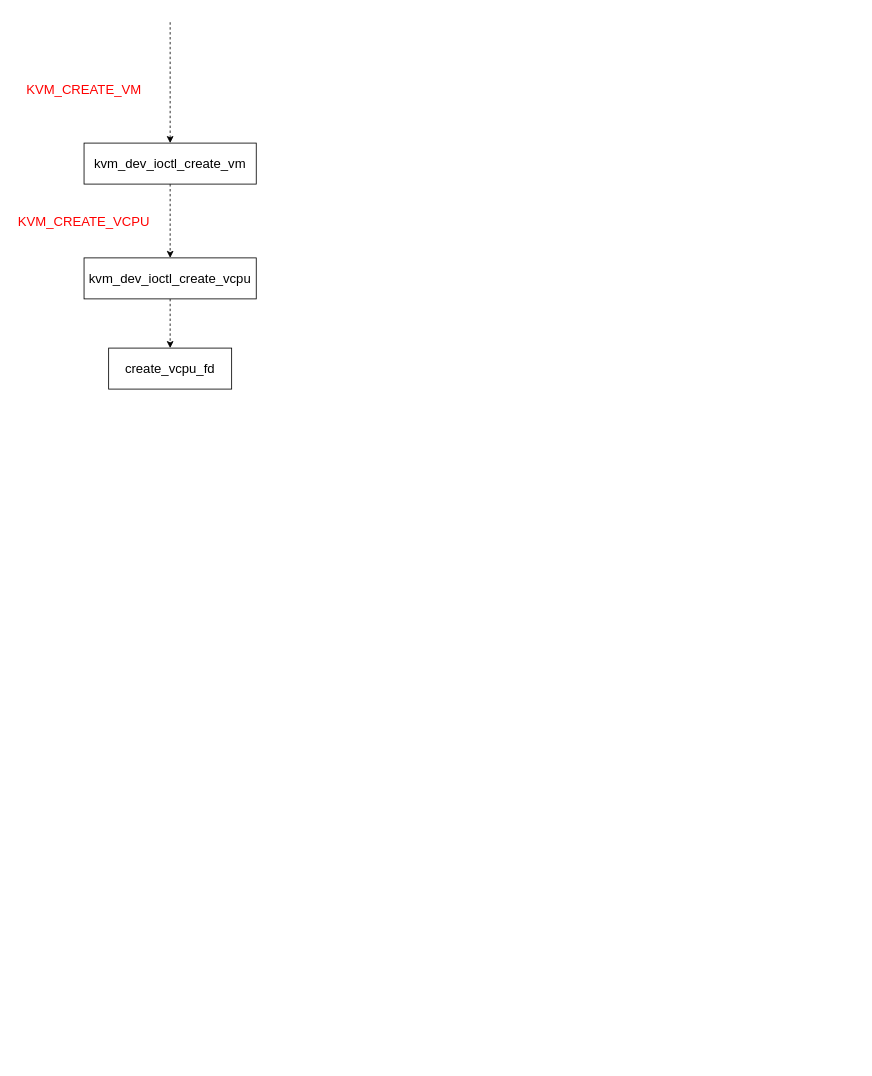
The draw.io diagram cca-workflow/vcpu.drawio in EdisonE3/draw-pictures, before the edit. Source tidied: cells renumbered, new cells numbered last; positions are measured from the earlier drawing's top-left corner, leaving out a move shared by most shapes. Both pictures are drawn from the tidied source at 82%, with x=0, y=0 at pixel (14, 20).
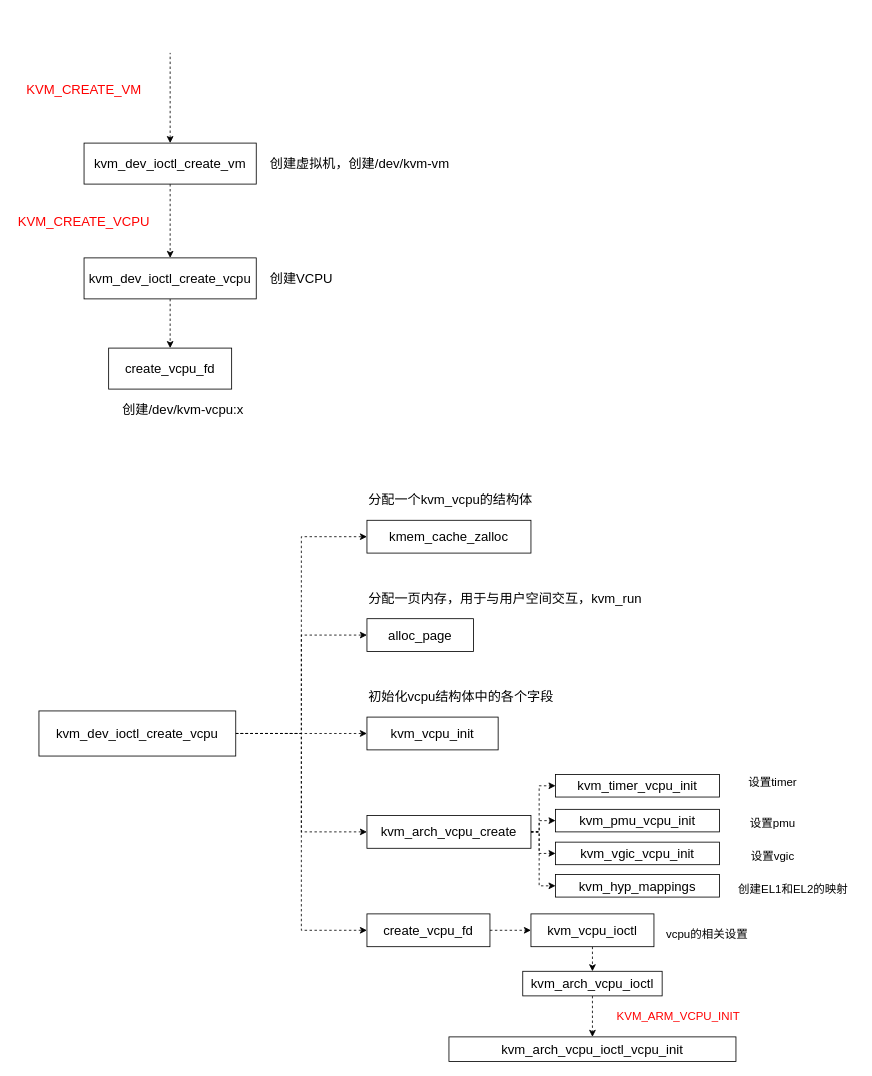
Above is the later version.

The change refers to these unchanged cells:
```xml
<mxCell id="4" value="kvm_dev_ioctl_create_vm" style="rounded=0;whiteSpace=wrap;html=1;fontSize=16;" parent="1" vertex="1">
  <mxGeometry x="85" y="150" width="210" height="50" as="geometry" />
</mxCell>
```

The edit, as a diff of the source:
```diff
@@
     <mxCell id="3" style="edgeStyle=orthogonalEdgeStyle;rounded=0;jettySize=auto;html=1;exitX=0.5;exitY=0;exitDx=0;exitDy=0;dashed=1;fontSize=16;fontColor=#FF0000;startArrow=classic;startFill=1;endArrow=none;endFill=0;" parent="1" edge="1" source="4">
       <mxGeometry relative="1" as="geometry">
-        <mxPoint x="190" as="targetPoint" />
+        <mxPoint x="190" y="40" as="targetPoint" />
       </mxGeometry>
     </mxCell>
@@
+    <mxCell id="10" value="创建虚拟机，创建/dev/kvm-vm" style="text;html=1;strokeColor=none;fillColor=none;align=left;verticalAlign=middle;whiteSpace=wrap;rounded=0;fontSize=16;fontColor=#000000;" parent="1" vertex="1">
+      <mxGeometry x="310" y="160" width="280" height="30" as="geometry" />
+    </mxCell>
+    <mxCell id="11" value="创建VCPU" style="text;html=1;strokeColor=none;fillColor=none;align=left;verticalAlign=middle;whiteSpace=wrap;rounded=0;fontSize=16;fontColor=#000000;" parent="1" vertex="1">
+      <mxGeometry x="310" y="300" width="120" height="30" as="geometry" />
+    </mxCell>
+    <mxCell id="12" value="创建/dev/kvm-vcpu:x" style="text;html=1;strokeColor=none;fillColor=none;align=left;verticalAlign=middle;whiteSpace=wrap;rounded=0;fontSize=16;fontColor=#000000;" parent="1" vertex="1">
+      <mxGeometry x="130" y="460" width="160" height="30" as="geometry" />
+    </mxCell>
+    <mxCell id="13" style="edgeStyle=orthogonalEdgeStyle;rounded=0;jettySize=auto;html=1;exitX=1;exitY=0.5;exitDx=0;exitDy=0;entryX=0;entryY=0.5;entryDx=0;entryDy=0;dashed=1;fontSize=16;fontColor=#000000;startArrow=none;startFill=0;endArrow=classic;endFill=1;" parent="1" edge="1" source="18" target="19">
+      <mxGeometry relative="1" as="geometry">
+        <Array as="points">
+          <mxPoint x="350" y="870" />
+          <mxPoint x="350" y="630" />
+        </Array>
+      </mxGeometry>
+    </mxCell>
+    <mxCell id="14" style="edgeStyle=orthogonalEdgeStyle;rounded=0;jettySize=auto;html=1;exitX=1;exitY=0.5;exitDx=0;exitDy=0;entryX=0;entryY=0.5;entryDx=0;entryDy=0;dashed=1;fontSize=16;fontColor=#000000;startArrow=none;startFill=0;endArrow=classic;endFill=1;" parent="1" edge="1" source="18" target="20">
+      <mxGeometry relative="1" as="geometry">
+        <Array as="points">
+          <mxPoint x="350" y="870" />
+          <mxPoint x="350" y="750" />
+        </Array>
+      </mxGeometry>
+    </mxCell>
+    <mxCell id="15" style="edgeStyle=orthogonalEdgeStyle;rounded=0;jettySize=auto;html=1;exitX=1;exitY=0.5;exitDx=0;exitDy=0;entryX=0;entryY=0.5;entryDx=0;entryDy=0;dashed=1;fontSize=16;fontColor=#000000;startArrow=none;startFill=0;endArrow=classic;endFill=1;" parent="1" edge="1" source="18" target="21">
+      <mxGeometry relative="1" as="geometry" />
+    </mxCell>
+    <mxCell id="16" style="edgeStyle=orthogonalEdgeStyle;rounded=0;jettySize=auto;html=1;exitX=1;exitY=0.5;exitDx=0;exitDy=0;entryX=0;entryY=0.5;entryDx=0;entryDy=0;dashed=1;fontSize=16;fontColor=#000000;startArrow=none;startFill=0;endArrow=classic;endFill=1;" parent="1" edge="1" source="18" target="26">
+      <mxGeometry relative="1" as="geometry">
+        <Array as="points">
+          <mxPoint x="350" y="870" />
+          <mxPoint x="350" y="990" />
+        </Array>
+      </mxGeometry>
+    </mxCell>
+    <mxCell id="17" style="edgeStyle=orthogonalEdgeStyle;rounded=0;jettySize=auto;html=1;exitX=1;exitY=0.5;exitDx=0;exitDy=0;entryX=0;entryY=0.5;entryDx=0;entryDy=0;dashed=1;fontSize=16;fontColor=#000000;startArrow=none;startFill=0;endArrow=classic;endFill=1;" parent="1" edge="1" source="18" target="28">
+      <mxGeometry relative="1" as="geometry">
+        <Array as="points">
+          <mxPoint x="350" y="870" />
+          <mxPoint x="350" y="1110" />
+        </Array>
+      </mxGeometry>
+    </mxCell>
+    <mxCell id="18" value="kvm_dev_ioctl_create_vcpu" style="rounded=0;whiteSpace=wrap;html=1;fontSize=16;" parent="1" vertex="1">
+      <mxGeometry x="30" y="842.5" width="240" height="55" as="geometry" />
+    </mxCell>
+    <mxCell id="19" value="kmem_cache_zalloc" style="rounded=0;whiteSpace=wrap;html=1;fontSize=16;fontColor=#000000;" parent="1" vertex="1">
+      <mxGeometry x="430" y="610" width="200" height="40" as="geometry" />
+    </mxCell>
+    <mxCell id="20" value="alloc_page" style="rounded=0;whiteSpace=wrap;html=1;fontSize=16;fontColor=#000000;" parent="1" vertex="1">
+      <mxGeometry x="430" y="730" width="130" height="40" as="geometry" />
+    </mxCell>
+    <mxCell id="21" value="kvm_vcpu_init" style="rounded=0;whiteSpace=wrap;html=1;fontSize=16;fontColor=#000000;" parent="1" vertex="1">
+      <mxGeometry x="430" y="850" width="160" height="40" as="geometry" />
+    </mxCell>
+    <mxCell id="22" style="edgeStyle=orthogonalEdgeStyle;rounded=0;jettySize=auto;html=1;exitX=1;exitY=0.5;exitDx=0;exitDy=0;entryX=0;entryY=0.5;entryDx=0;entryDy=0;dashed=1;fontSize=16;fontColor=#000000;startArrow=none;startFill=0;endArrow=classic;endFill=1;" parent="1" edge="1" source="26" target="33">
+      <mxGeometry relative="1" as="geometry">
+        <Array as="points">
+          <mxPoint x="640" y="990" />
+          <mxPoint x="640" y="934" />
+        </Array>
+      </mxGeometry>
+    </mxCell>
+    <mxCell id="23" style="edgeStyle=orthogonalEdgeStyle;rounded=0;jettySize=auto;html=1;exitX=1;exitY=0.5;exitDx=0;exitDy=0;entryX=0;entryY=0.5;entryDx=0;entryDy=0;dashed=1;fontSize=16;fontColor=#000000;startArrow=none;startFill=0;endArrow=classic;endFill=1;" parent="1" edge="1" source="26" target="34">
+      <mxGeometry relative="1" as="geometry">
+        <Array as="points">
+          <mxPoint x="640" y="990" />
+          <mxPoint x="640" y="976" />
+        </Array>
+      </mxGeometry>
+    </mxCell>
+    <mxCell id="24" style="edgeStyle=orthogonalEdgeStyle;rounded=0;jettySize=auto;html=1;exitX=1;exitY=0.5;exitDx=0;exitDy=0;entryX=0;entryY=0.5;entryDx=0;entryDy=0;dashed=1;fontSize=16;fontColor=#000000;startArrow=none;startFill=0;endArrow=classic;endFill=1;" parent="1" edge="1" source="26" target="35">
+      <mxGeometry relative="1" as="geometry">
+        <Array as="points">
+          <mxPoint x="640" y="990" />
+          <mxPoint x="640" y="1016" />
+        </Array>
+      </mxGeometry>
+    </mxCell>
+    <mxCell id="25" style="edgeStyle=orthogonalEdgeStyle;rounded=0;jettySize=auto;html=1;exitX=1;exitY=0.5;exitDx=0;exitDy=0;entryX=0;entryY=0.5;entryDx=0;entryDy=0;dashed=1;fontSize=16;fontColor=#000000;startArrow=none;startFill=0;endArrow=classic;endFill=1;" parent="1" edge="1" source="26" target="36">
+      <mxGeometry relative="1" as="geometry">
+        <Array as="points">
+          <mxPoint x="640" y="990" />
+          <mxPoint x="640" y="1056" />
+        </Array>
+      </mxGeometry>
+    </mxCell>
+    <mxCell id="26" value="kvm_arch_vcpu_create" style="rounded=0;whiteSpace=wrap;html=1;fontSize=16;fontColor=#000000;" parent="1" vertex="1">
+      <mxGeometry x="430" y="970" width="200" height="40" as="geometry" />
+    </mxCell>
+    <mxCell id="27" style="edgeStyle=orthogonalEdgeStyle;rounded=0;jettySize=auto;html=1;exitX=1;exitY=0.5;exitDx=0;exitDy=0;entryX=0;entryY=0.5;entryDx=0;entryDy=0;dashed=1;fontSize=14;fontColor=#000000;startArrow=none;startFill=0;endArrow=classic;endFill=1;" parent="1" edge="1" source="28" target="42">
+      <mxGeometry relative="1" as="geometry" />
+    </mxCell>
+    <mxCell id="28" value="create_vcpu_fd" style="rounded=0;whiteSpace=wrap;html=1;fontSize=16;fontColor=#000000;" parent="1" vertex="1">
+      <mxGeometry x="430" y="1090" width="150" height="40" as="geometry" />
+    </mxCell>
+    <mxCell id="29" value="分配一个kvm_vcpu的结构体" style="text;html=1;strokeColor=none;fillColor=none;align=left;verticalAlign=middle;whiteSpace=wrap;rounded=0;fontSize=16;fontColor=#000000;" parent="1" vertex="1">
+      <mxGeometry x="430" y="570" width="250" height="30" as="geometry" />
+    </mxCell>
+    <mxCell id="30" value="分配一页内存，用于与用户空间交互，kvm_run" style="text;html=1;strokeColor=none;fillColor=none;align=left;verticalAlign=middle;whiteSpace=wrap;rounded=0;fontSize=16;fontColor=#000000;" parent="1" vertex="1">
+      <mxGeometry x="430" y="690" width="350" height="30" as="geometry" />
+    </mxCell>
+    <mxCell id="31" value="初始化vcpu结构体中的各个字段" style="text;html=1;strokeColor=none;fillColor=none;align=left;verticalAlign=middle;whiteSpace=wrap;rounded=0;fontSize=16;fontColor=#000000;" parent="1" vertex="1">
+      <mxGeometry x="430" y="810" width="250" height="30" as="geometry" />
+    </mxCell>
+    <mxCell id="32" style="group;" parent="1" vertex="1">
+      <mxGeometry x="660" y="920" width="200" height="149.5" as="geometry" />
+    </mxCell>
+    <mxCell id="33" value="kvm_timer_vcpu_init" style="rounded=0;whiteSpace=wrap;html=1;fontSize=16;fontColor=#000000;" parent="32" vertex="1">
+      <mxGeometry width="200" height="27.5" as="geometry" />
+    </mxCell>
+    <mxCell id="34" value="kvm_pmu_vcpu_init" style="rounded=0;whiteSpace=wrap;html=1;fontSize=16;fontColor=#000000;" parent="32" vertex="1">
+      <mxGeometry y="42.5" width="200" height="27.5" as="geometry" />
+    </mxCell>
+    <mxCell id="35" value="kvm_vgic_vcpu_init" style="rounded=0;whiteSpace=wrap;html=1;fontSize=16;fontColor=#000000;" parent="32" vertex="1">
+      <mxGeometry y="82.5" width="200" height="27.5" as="geometry" />
+    </mxCell>
+    <mxCell id="36" value="kvm_hyp_mappings" style="rounded=0;whiteSpace=wrap;html=1;fontSize=16;fontColor=#000000;" parent="32" vertex="1">
+      <mxGeometry y="122" width="200" height="27.5" as="geometry" />
+    </mxCell>
+    <mxCell id="37" value="设置timer" style="text;html=1;strokeColor=none;fillColor=none;align=center;verticalAlign=middle;whiteSpace=wrap;rounded=0;fontSize=14;fontColor=#000000;" parent="1" vertex="1">
+      <mxGeometry x="870" y="920" width="110" height="20" as="geometry" />
+    </mxCell>
+    <mxCell id="38" value="设置pmu" style="text;html=1;strokeColor=none;fillColor=none;align=center;verticalAlign=middle;whiteSpace=wrap;rounded=0;fontSize=14;fontColor=#000000;" parent="1" vertex="1">
+      <mxGeometry x="870" y="970" width="110" height="20" as="geometry" />
+    </mxCell>
+    <mxCell id="39" value="设置vgic" style="text;html=1;strokeColor=none;fillColor=none;align=center;verticalAlign=middle;whiteSpace=wrap;rounded=0;fontSize=14;fontColor=#000000;" parent="1" vertex="1">
+      <mxGeometry x="870" y="1010" width="110" height="20" as="geometry" />
+    </mxCell>
+    <mxCell id="40" value="创建EL1和EL2的映射" style="text;html=1;strokeColor=none;fillColor=none;align=center;verticalAlign=middle;whiteSpace=wrap;rounded=0;fontSize=14;fontColor=#000000;" parent="1" vertex="1">
+      <mxGeometry x="870" y="1049.5" width="160" height="20" as="geometry" />
+    </mxCell>
+    <mxCell id="41" style="edgeStyle=orthogonalEdgeStyle;rounded=0;jettySize=auto;html=1;exitX=0.5;exitY=1;exitDx=0;exitDy=0;entryX=0.5;entryY=0;entryDx=0;entryDy=0;dashed=1;fontSize=14;fontColor=#000000;startArrow=none;startFill=0;endArrow=classic;endFill=1;" parent="1" edge="1" source="42" target="44">
+      <mxGeometry relative="1" as="geometry" />
+    </mxCell>
+    <mxCell id="42" value="kvm_vcpu_ioctl" style="rounded=0;whiteSpace=wrap;html=1;fontSize=16;fontColor=#000000;" parent="1" vertex="1">
+      <mxGeometry x="630" y="1090" width="150" height="40" as="geometry" />
+    </mxCell>
+    <mxCell id="43" style="edgeStyle=orthogonalEdgeStyle;rounded=0;jettySize=auto;html=1;exitX=0.5;exitY=1;exitDx=0;exitDy=0;entryX=0.5;entryY=0;entryDx=0;entryDy=0;dashed=1;fontSize=14;fontColor=#000000;startArrow=none;startFill=0;endArrow=classic;endFill=1;" parent="1" edge="1" source="44" target="45">
+      <mxGeometry relative="1" as="geometry" />
+    </mxCell>
+    <mxCell id="44" value="kvm_arch_vcpu_ioctl" style="rounded=0;whiteSpace=wrap;html=1;fontSize=16;fontColor=#000000;" parent="1" vertex="1">
+      <mxGeometry x="620" y="1160" width="170" height="30" as="geometry" />
+    </mxCell>
+    <mxCell id="45" value="kvm_arch_vcpu_ioctl_vcpu_init" style="rounded=0;whiteSpace=wrap;html=1;fontSize=16;fontColor=#000000;" parent="1" vertex="1">
+      <mxGeometry x="530" y="1240" width="350" height="30" as="geometry" />
+    </mxCell>
+    <mxCell id="46" value="vcpu的相关设置" style="text;html=1;strokeColor=none;fillColor=none;align=center;verticalAlign=middle;whiteSpace=wrap;rounded=0;fontSize=14;fontColor=#000000;" parent="1" vertex="1">
+      <mxGeometry x="790" y="1100" width="110" height="30" as="geometry" />
+    </mxCell>
+    <mxCell id="47" value="KVM_ARM_VCPU_INIT" style="text;html=1;strokeColor=none;fillColor=none;align=center;verticalAlign=middle;whiteSpace=wrap;rounded=0;fontSize=14;fontColor=#FF0000;" parent="1" vertex="1">
+      <mxGeometry x="710" y="1200" width="200" height="30" as="geometry" />
+    </mxCell>
```
